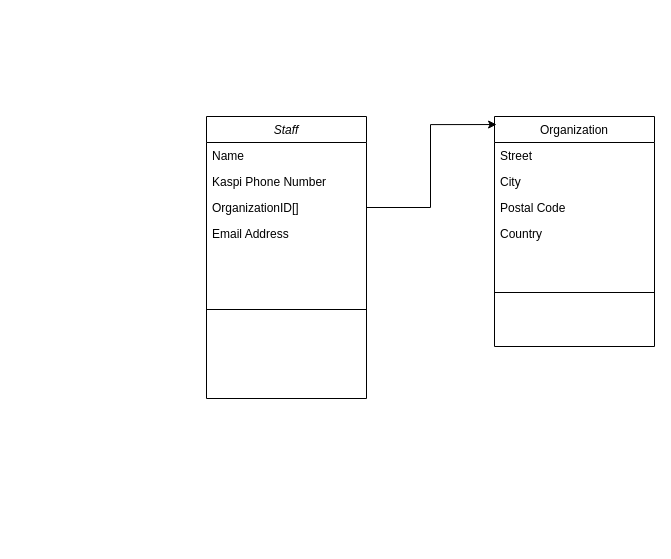
This is uml.drawio from tippetry/extras, a draw.io file, before an edit. Source tidied: cells renumbered, new cells numbered last; positions are measured from the earlier drawing's top-left corner, leaving out a move shared by most shapes. Both pictures are drawn from the tidied source at 100%, with x=0, y=0 at pixel (206, 116).
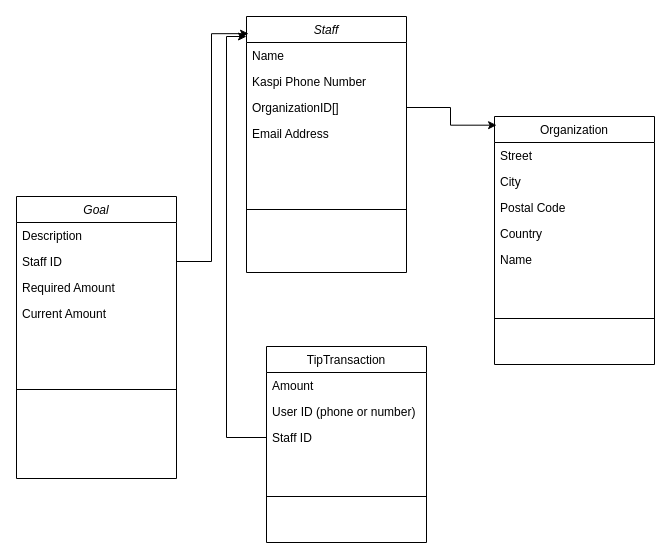
Above is the later version.

Unchanged cells that the change refers to:
```xml
<mxCell id="3" value="Name" style="text;align=left;verticalAlign=top;spacingLeft=4;spacingRight=4;overflow=hidden;points=[[0,0.5],[1,0.5]];portConstraint=eastwest;" parent="2" vertex="1">
  <mxGeometry y="26" width="160" height="26" as="geometry" />
</mxCell>
```

Diff of the diagram source:
```diff
@@
     <mxCell id="2" value="Staff" style="swimlane;fontStyle=2;align=center;verticalAlign=top;horizontal=1;startSize=26;rounded=0;shadow=0;strokeWidth=1;" parent="1" vertex="1">
-      <mxGeometry width="160" height="282" as="geometry" />
+      <mxGeometry x="40" y="-100" width="160" height="256" as="geometry" />
     </mxCell>
@@
     <mxCell id="8" value="Organization" style="swimlane;fontStyle=0;align=center;verticalAlign=top;horizontal=1;startSize=26;rounded=0;shadow=0;strokeWidth=1;" parent="1" vertex="1">
-      <mxGeometry x="288" width="160" height="230" as="geometry" />
+      <mxGeometry x="288" width="160" height="248" as="geometry" />
     </mxCell>
@@
+    <mxCell id="15" value="Name" style="text;align=left;verticalAlign=top;spacingLeft=4;spacingRight=4;overflow=hidden;" parent="8" vertex="1">
+      <mxGeometry y="130" width="160" height="26" as="geometry" />
+    </mxCell>
     <mxCell id="13" style="line;html=1;strokeWidth=1;align=left;verticalAlign=middle;spacingTop=-1;spacingLeft=3;spacingRight=3;labelPosition=right;" parent="8" vertex="1">
-      <mxGeometry y="130" width="160" height="92" as="geometry" />
+      <mxGeometry y="156" width="160" height="92" as="geometry" />
     </mxCell>
@@
+    <mxCell id="16" value="Goal" style="swimlane;fontStyle=2;align=center;verticalAlign=top;horizontal=1;startSize=26;rounded=0;shadow=0;strokeWidth=1;" parent="1" vertex="1">
+      <mxGeometry x="-190" y="80" width="160" height="282" as="geometry" />
+    </mxCell>
+    <mxCell id="17" value="Description" style="text;align=left;verticalAlign=top;spacingLeft=4;spacingRight=4;overflow=hidden;" parent="16" vertex="1">
+      <mxGeometry y="26" width="160" height="26" as="geometry" />
+    </mxCell>
+    <mxCell id="18" value="Staff ID" style="text;align=left;verticalAlign=top;spacingLeft=4;spacingRight=4;overflow=hidden;points=[[0,0.5],[1,0.5]];portConstraint=eastwest;rounded=0;shadow=0;html=0;" parent="16" vertex="1">
+      <mxGeometry y="52" width="160" height="26" as="geometry" />
+    </mxCell>
+    <mxCell id="19" value="Required Amount" style="text;align=left;verticalAlign=top;spacingLeft=4;spacingRight=4;overflow=hidden;rounded=0;shadow=0;html=0;" parent="16" vertex="1">
+      <mxGeometry y="78" width="160" height="26" as="geometry" />
+    </mxCell>
+    <mxCell id="20" value="Current Amount" style="text;align=left;verticalAlign=top;spacingLeft=4;spacingRight=4;overflow=hidden;rounded=0;shadow=0;html=0;" parent="16" vertex="1">
+      <mxGeometry y="104" width="160" height="26" as="geometry" />
+    </mxCell>
+    <mxCell id="21" style="line;html=1;strokeWidth=1;align=left;verticalAlign=middle;spacingTop=-1;spacingLeft=3;spacingRight=3;labelPosition=right;" parent="16" vertex="1">
+      <mxGeometry y="130" width="160" height="126" as="geometry" />
+    </mxCell>
+    <mxCell id="22" style="edgeStyle=orthogonalEdgeStyle;rounded=0;jettySize=auto;html=1;entryX=0.013;entryY=0.067;entryDx=0;entryDy=0;entryPerimeter=0;" parent="1" edge="1" source="18" target="2">
+      <mxGeometry relative="1" as="geometry" />
+    </mxCell>
+    <mxCell id="23" value="TipTransaction" style="swimlane;fontStyle=0;align=center;verticalAlign=top;horizontal=1;startSize=26;rounded=0;shadow=0;strokeWidth=1;" parent="1" vertex="1">
+      <mxGeometry x="60" y="230" width="160" height="196" as="geometry" />
+    </mxCell>
+    <mxCell id="24" value="Amount" style="text;align=left;verticalAlign=top;spacingLeft=4;spacingRight=4;overflow=hidden;" parent="23" vertex="1">
+      <mxGeometry y="26" width="160" height="26" as="geometry" />
+    </mxCell>
+    <mxCell id="25" value="User ID (phone or number)" style="text;align=left;verticalAlign=top;spacingLeft=4;spacingRight=4;overflow=hidden;rounded=0;shadow=0;html=0;" parent="23" vertex="1">
+      <mxGeometry y="52" width="160" height="26" as="geometry" />
+    </mxCell>
+    <mxCell id="26" value="Staff ID" style="text;align=left;verticalAlign=top;spacingLeft=4;spacingRight=4;overflow=hidden;points=[[0,0.5],[1,0.5]];portConstraint=eastwest;rounded=0;shadow=0;html=0;" parent="23" vertex="1">
+      <mxGeometry y="78" width="160" height="26" as="geometry" />
+    </mxCell>
+    <mxCell id="27" style="line;html=1;strokeWidth=1;align=left;verticalAlign=middle;spacingTop=-1;spacingLeft=3;spacingRight=3;labelPosition=right;" parent="23" vertex="1">
+      <mxGeometry y="104" width="160" height="92" as="geometry" />
+    </mxCell>
+    <mxCell id="28" style="edgeStyle=orthogonalEdgeStyle;rounded=0;jettySize=auto;html=1;entryX=0;entryY=-0.231;entryDx=0;entryDy=0;entryPerimeter=0;" parent="1" edge="1" source="26" target="3">
+      <mxGeometry relative="1" as="geometry" />
+    </mxCell>
```
